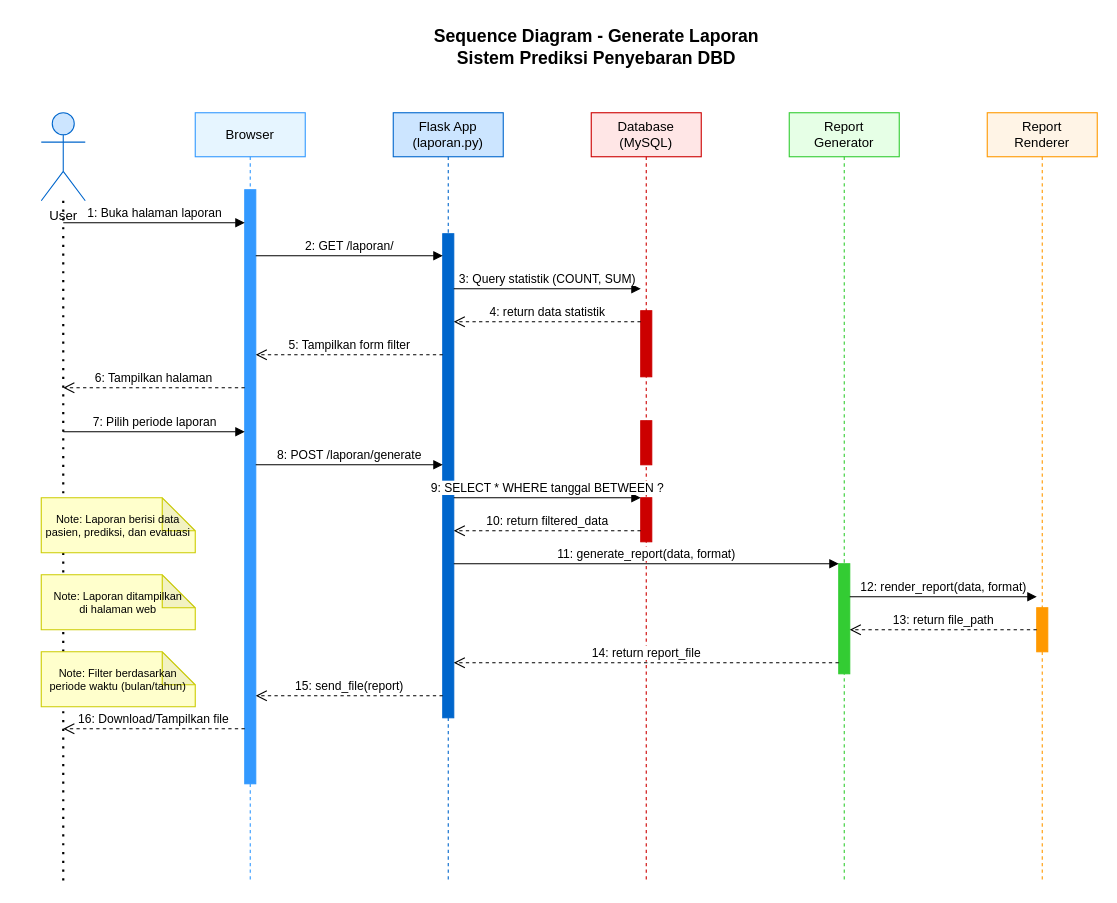
Suwardi87/prediksi-DBD keeps this draw.io diagram as Dokumen/UML/sequence_diagram_laporan.drawio. Above is the earlier version. Source tidied: cells renumbered, new cells numbered last; positions are measured from the earlier drawing's top-left corner, leaving out a move shared by most shapes. Both pictures are drawn from the tidied source at 110%, with x=0, y=0 at pixel (41, 24).
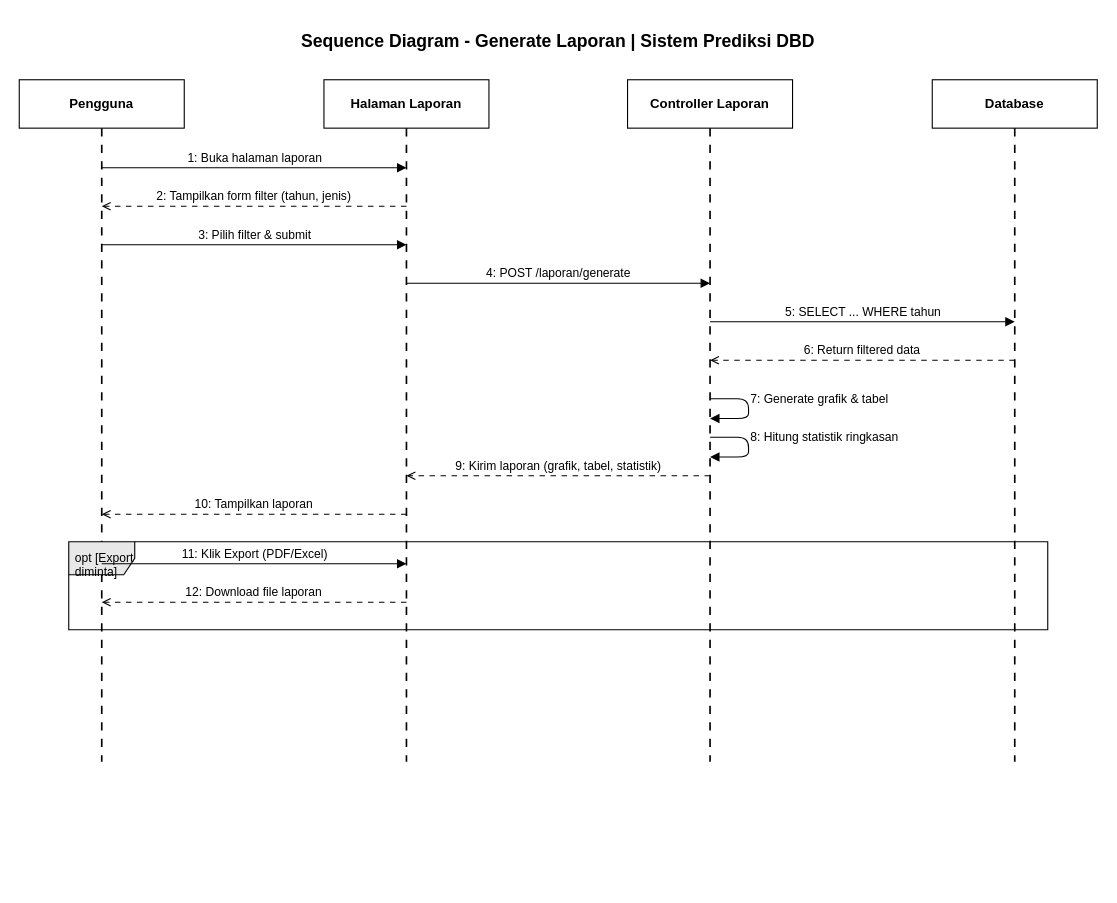
Above is the later version.

Diff of the diagram source:
```diff
@@
-    <mxCell id="2" value="Sequence Diagram - Generate Laporan&#10;Sistem Prediksi Penyebaran DBD" style="text;html=1;strokeColor=none;fillColor=none;align=center;verticalAlign=middle;whiteSpace=wrap;rounded=0;fontSize=16;fontStyle=1;" parent="1" vertex="1">
-      <mxGeometry x="255" width="500" height="40" as="geometry" />
-    </mxCell>
-    <mxCell id="3" value="User" style="shape=umlActor;verticalLabelPosition=bottom;verticalAlign=top;html=1;fillColor=#CCE5FF;strokeColor=#0066CC;" parent="1" vertex="1">
-      <mxGeometry y="80" width="40" height="80" as="geometry" />
-    </mxCell>
-    <mxCell id="4" style="endArrow=none;dashed=1;html=1;dashPattern=1 3;strokeWidth=2;exitX=0.5;exitY=1;exitDx=0;exitDy=0;" parent="1" edge="1" source="3">
-      <mxGeometry relative="1" as="geometry">
-        <mxPoint x="20" y="780" as="targetPoint" />
-      </mxGeometry>
-    </mxCell>
-    <mxCell id="5" value="Browser" style="shape=umlLifeline;perimeter=lifelinePerimeter;whiteSpace=wrap;html=1;fillColor=#E6F5FF;strokeColor=#3399FF;" parent="1" vertex="1">
-      <mxGeometry x="140" y="80" width="100" height="700" as="geometry" />
-    </mxCell>
-    <mxCell id="6" style="html=1;perimeter=orthogonalPerimeter;fillColor=#3399FF;strokeColor=#3399FF;" parent="5" vertex="1">
-      <mxGeometry x="45" y="70" width="10" height="540" as="geometry" />
-    </mxCell>
-    <mxCell id="7" value="Flask App&#10;(laporan.py)" style="shape=umlLifeline;perimeter=lifelinePerimeter;whiteSpace=wrap;html=1;fillColor=#CCE5FF;strokeColor=#0066CC;" parent="1" vertex="1">
-      <mxGeometry x="320" y="80" width="100" height="700" as="geometry" />
-    </mxCell>
-    <mxCell id="8" style="html=1;perimeter=orthogonalPerimeter;fillColor=#0066CC;strokeColor=#0066CC;" parent="7" vertex="1">
-      <mxGeometry x="45" y="110" width="10" height="440" as="geometry" />
-    </mxCell>
-    <mxCell id="9" value="Database&#10;(MySQL)" style="shape=umlLifeline;perimeter=lifelinePerimeter;whiteSpace=wrap;html=1;fillColor=#FFE6E6;strokeColor=#CC0000;" parent="1" vertex="1">
-      <mxGeometry x="500" y="80" width="100" height="700" as="geometry" />
-    </mxCell>
-    <mxCell id="10" style="html=1;perimeter=orthogonalPerimeter;fillColor=#CC0000;strokeColor=#CC0000;" parent="9" vertex="1">
-      <mxGeometry x="45" y="180" width="10" height="60" as="geometry" />
-    </mxCell>
-    <mxCell id="11" style="html=1;perimeter=orthogonalPerimeter;fillColor=#CC0000;strokeColor=#CC0000;" parent="9" vertex="1">
-      <mxGeometry x="45" y="280" width="10" height="40" as="geometry" />
-    </mxCell>
-    <mxCell id="12" style="html=1;perimeter=orthogonalPerimeter;fillColor=#CC0000;strokeColor=#CC0000;" parent="9" vertex="1">
-      <mxGeometry x="45" y="350" width="10" height="40" as="geometry" />
-    </mxCell>
-    <mxCell id="13" value="Report&#10;Generator" style="shape=umlLifeline;perimeter=lifelinePerimeter;whiteSpace=wrap;html=1;fillColor=#E6FFE6;strokeColor=#33CC33;" parent="1" vertex="1">
-      <mxGeometry x="680" y="80" width="100" height="700" as="geometry" />
-    </mxCell>
-    <mxCell id="14" style="html=1;perimeter=orthogonalPerimeter;fillColor=#33CC33;strokeColor=#33CC33;" parent="13" vertex="1">
-      <mxGeometry x="45" y="410" width="10" height="100" as="geometry" />
-    </mxCell>
-    <mxCell id="15" value="Report&#10;Renderer" style="shape=umlLifeline;perimeter=lifelinePerimeter;whiteSpace=wrap;html=1;fillColor=#FFF4E6;strokeColor=#FF9900;" parent="1" vertex="1">
-      <mxGeometry x="860" y="80" width="100" height="700" as="geometry" />
-    </mxCell>
-    <mxCell id="16" style="html=1;perimeter=orthogonalPerimeter;fillColor=#FF9900;strokeColor=#FF9900;" parent="15" vertex="1">
-      <mxGeometry x="45" y="450" width="10" height="40" as="geometry" />
-    </mxCell>
+    <mxCell id="36" value="Sequence Diagram - Generate Laporan | Sistem Prediksi DBD" style="text;html=1;strokeColor=none;fillColor=none;align=center;verticalAlign=middle;whiteSpace=wrap;fontColor=#000000;fontSize=16;fontStyle=1;" parent="1" vertex="1">
+      <mxGeometry x="120" y="-5" width="700" height="40" as="geometry" />
+    </mxCell>
+    <mxCell id="37" value="Pengguna" style="rounded=0;whiteSpace=wrap;html=1;fillColor=#FFFFFF;strokeColor=#000000;fontColor=#000000;fontSize=12;fontStyle=1;" parent="1" vertex="1">
+      <mxGeometry x="-20" y="50" width="150" height="44" as="geometry" />
+    </mxCell>
+    <mxCell id="38" style="endArrow=none;dashed=1;html=1;dashPattern=5 5;strokeColor=#000000;strokeWidth=1.5;" parent="1" edge="1">
+      <mxGeometry relative="1" as="geometry">
+        <mxPoint x="55" y="94" as="sourcePoint" />
+        <mxPoint x="55" y="670" as="targetPoint" />
+      </mxGeometry>
+    </mxCell>
+    <mxCell id="39" value="Halaman Laporan" style="rounded=0;whiteSpace=wrap;html=1;fillColor=#FFFFFF;strokeColor=#000000;fontColor=#000000;fontSize=12;fontStyle=1;" parent="1" vertex="1">
+      <mxGeometry x="257" y="50" width="150" height="44" as="geometry" />
+    </mxCell>
+    <mxCell id="40" style="endArrow=none;dashed=1;html=1;dashPattern=5 5;strokeColor=#000000;strokeWidth=1.5;" parent="1" edge="1">
+      <mxGeometry relative="1" as="geometry">
+        <mxPoint x="332" y="94" as="sourcePoint" />
+        <mxPoint x="332" y="670" as="targetPoint" />
+      </mxGeometry>
+    </mxCell>
+    <mxCell id="41" value="Controller Laporan" style="rounded=0;whiteSpace=wrap;html=1;fillColor=#FFFFFF;strokeColor=#000000;fontColor=#000000;fontSize=12;fontStyle=1;" parent="1" vertex="1">
+      <mxGeometry x="533" y="50" width="150" height="44" as="geometry" />
+    </mxCell>
+    <mxCell id="42" style="endArrow=none;dashed=1;html=1;dashPattern=5 5;strokeColor=#000000;strokeWidth=1.5;" parent="1" edge="1">
+      <mxGeometry relative="1" as="geometry">
+        <mxPoint x="608" y="94" as="sourcePoint" />
+        <mxPoint x="608" y="670" as="targetPoint" />
+      </mxGeometry>
+    </mxCell>
+    <mxCell id="43" value="Database" style="rounded=0;whiteSpace=wrap;html=1;fillColor=#FFFFFF;strokeColor=#000000;fontColor=#000000;fontSize=12;fontStyle=1;" parent="1" vertex="1">
+      <mxGeometry x="810" y="50" width="150" height="44" as="geometry" />
+    </mxCell>
+    <mxCell id="44" style="endArrow=none;dashed=1;html=1;dashPattern=5 5;strokeColor=#000000;strokeWidth=1.5;" parent="1" edge="1">
+      <mxGeometry relative="1" as="geometry">
+        <mxPoint x="885" y="94" as="sourcePoint" />
+        <mxPoint x="885" y="670" as="targetPoint" />
+      </mxGeometry>
+    </mxCell>
+    <mxCell id="45" value="opt  [Export diminta]" style="shape=umlFrame;whiteSpace=wrap;html=1;fillColor=#E8E8E8;strokeColor=#000000;fontColor=#000000;fontSize=11;align=left;verticalAlign=top;spacingLeft=4;spacingTop=2;tabWidth=180;tabHeight=18;" parent="1" vertex="1">
+      <mxGeometry x="25" y="470" width="890" height="80" as="geometry" />
+    </mxCell>
+    <mxCell id="46" value="1: Buka halaman laporan" style="html=1;align=center;verticalAlign=bottom;endArrow=block;strokeColor=#000000;fontColor=#000000;endFill=1;fontSize=11;" parent="1" edge="1">
+      <mxGeometry relative="1" as="geometry">
+        <mxPoint x="55" y="130" as="sourcePoint" />
+        <mxPoint x="332" y="130" as="targetPoint" />
+      </mxGeometry>
+    </mxCell>
-    <mxCell id="17" value="1: Buka halaman laporan" style="html=1;verticalAlign=bottom;endArrow=block;" parent="1" edge="1">
+    <mxCell id="17" value="2: Tampilkan form filter (tahun, jenis)" style="html=1;align=center;verticalAlign=bottom;endArrow=open;dashed=1;dashPattern=5 5;strokeColor=#000000;fontColor=#000000;endFill=0;fontSize=11;" parent="1" edge="1">
       <mxGeometry relative="1" as="geometry">
-        <mxPoint x="20" y="180" as="sourcePoint" />
-        <mxPoint x="185" y="180" as="targetPoint" />
+        <mxPoint x="332" y="165" as="sourcePoint" />
+        <mxPoint x="55" y="165" as="targetPoint" />
       </mxGeometry>
     </mxCell>
-    <mxCell id="18" value="2: GET /laporan/" style="html=1;verticalAlign=bottom;endArrow=block;" parent="1" edge="1">
+    <mxCell id="18" value="3: Pilih filter &amp; submit" style="html=1;align=center;verticalAlign=bottom;endArrow=block;strokeColor=#000000;fontColor=#000000;endFill=1;fontSize=11;" parent="1" edge="1">
       <mxGeometry relative="1" as="geometry">
-        <mxPoint x="195" y="210" as="sourcePoint" />
-        <mxPoint x="365" y="210" as="targetPoint" />
+        <mxPoint x="55" y="200" as="sourcePoint" />
+        <mxPoint x="332" y="200" as="targetPoint" />
       </mxGeometry>
     </mxCell>
-    <mxCell id="19" value="3: Query statistik (COUNT, SUM)" style="html=1;verticalAlign=bottom;endArrow=block;" parent="1" edge="1">
+    <mxCell id="19" value="4: POST /laporan/generate" style="html=1;align=center;verticalAlign=bottom;endArrow=block;strokeColor=#000000;fontColor=#000000;endFill=1;fontSize=11;" parent="1" edge="1">
       <mxGeometry relative="1" as="geometry">
-        <mxPoint x="375" y="240" as="sourcePoint" />
-        <mxPoint x="545" y="240" as="targetPoint" />
+        <mxPoint x="332" y="235" as="sourcePoint" />
+        <mxPoint x="608" y="235" as="targetPoint" />
       </mxGeometry>
     </mxCell>
-    <mxCell id="20" value="4: return data statistik" style="html=1;verticalAlign=bottom;endArrow=open;dashed=1;endSize=8;" parent="1" edge="1">
+    <mxCell id="20" value="5: SELECT ... WHERE tahun" style="html=1;align=center;verticalAlign=bottom;endArrow=block;strokeColor=#000000;fontColor=#000000;endFill=1;fontSize=11;" parent="1" edge="1">
       <mxGeometry relative="1" as="geometry">
-        <mxPoint x="545" y="270" as="sourcePoint" />
-        <mxPoint x="375" y="270" as="targetPoint" />
+        <mxPoint x="608" y="270" as="sourcePoint" />
+        <mxPoint x="885" y="270" as="targetPoint" />
       </mxGeometry>
     </mxCell>
-    <mxCell id="21" value="5: Tampilkan form filter" style="html=1;verticalAlign=bottom;endArrow=open;dashed=1;endSize=8;" parent="1" edge="1">
+    <mxCell id="21" value="6: Return filtered data" style="html=1;align=center;verticalAlign=bottom;endArrow=open;dashed=1;dashPattern=5 5;strokeColor=#000000;fontColor=#000000;endFill=0;fontSize=11;" parent="1" edge="1">
       <mxGeometry relative="1" as="geometry">
-        <mxPoint x="365" y="300" as="sourcePoint" />
-        <mxPoint x="195" y="300" as="targetPoint" />
+        <mxPoint x="885" y="305" as="sourcePoint" />
+        <mxPoint x="608" y="305" as="targetPoint" />
       </mxGeometry>
     </mxCell>
-    <mxCell id="22" value="6: Tampilkan halaman" style="html=1;verticalAlign=bottom;endArrow=open;dashed=1;endSize=8;" parent="1" edge="1">
+    <mxCell id="22" value="7: Generate grafik &amp; tabel" style="html=1;align=left;verticalAlign=bottom;endArrow=block;strokeColor=#000000;fontColor=#000000;endFill=1;fontSize=11;" parent="1" edge="1">
       <mxGeometry relative="1" as="geometry">
-        <mxPoint x="185" y="330" as="sourcePoint" />
-        <mxPoint x="20" y="330" as="targetPoint" />
+        <mxPoint x="608" y="340" as="sourcePoint" />
+        <mxPoint x="608" y="358" as="targetPoint" />
+        <Array as="points">
+          <mxPoint x="643" y="340" />
+          <mxPoint x="643" y="358" />
+        </Array>
       </mxGeometry>
     </mxCell>
-    <mxCell id="23" value="7: Pilih periode laporan" style="html=1;verticalAlign=bottom;endArrow=block;" parent="1" edge="1">
+    <mxCell id="23" value="8: Hitung statistik ringkasan" style="html=1;align=left;verticalAlign=bottom;endArrow=block;strokeColor=#000000;fontColor=#000000;endFill=1;fontSize=11;" parent="1" edge="1">
       <mxGeometry relative="1" as="geometry">
-        <mxPoint x="20" y="370" as="sourcePoint" />
-        <mxPoint x="185" y="370" as="targetPoint" />
+        <mxPoint x="608" y="375" as="sourcePoint" />
+        <mxPoint x="608" y="393" as="targetPoint" />
+        <Array as="points">
+          <mxPoint x="643" y="375" />
+          <mxPoint x="643" y="393" />
+        </Array>
       </mxGeometry>
     </mxCell>
-    <mxCell id="24" value="8: POST /laporan/generate" style="html=1;verticalAlign=bottom;endArrow=block;" parent="1" edge="1">
+    <mxCell id="24" value="9: Kirim laporan (grafik, tabel, statistik)" style="html=1;align=center;verticalAlign=bottom;endArrow=open;dashed=1;dashPattern=5 5;strokeColor=#000000;fontColor=#000000;endFill=0;fontSize=11;" parent="1" edge="1">
       <mxGeometry relative="1" as="geometry">
-        <mxPoint x="195" y="400" as="sourcePoint" />
-        <mxPoint x="365" y="400" as="targetPoint" />
+        <mxPoint x="608" y="410" as="sourcePoint" />
+        <mxPoint x="332" y="410" as="targetPoint" />
       </mxGeometry>
     </mxCell>
-    <mxCell id="25" value="9: SELECT * WHERE tanggal BETWEEN ?" style="html=1;verticalAlign=bottom;endArrow=block;" parent="1" edge="1">
+    <mxCell id="25" value="10: Tampilkan laporan" style="html=1;align=center;verticalAlign=bottom;endArrow=open;dashed=1;dashPattern=5 5;strokeColor=#000000;fontColor=#000000;endFill=0;fontSize=11;" parent="1" edge="1">
       <mxGeometry relative="1" as="geometry">
-        <mxPoint x="375" y="430" as="sourcePoint" />
-        <mxPoint x="545" y="430" as="targetPoint" />
+        <mxPoint x="332" y="445" as="sourcePoint" />
+        <mxPoint x="55" y="445" as="targetPoint" />
       </mxGeometry>
     </mxCell>
-    <mxCell id="26" value="10: return filtered_data" style="html=1;verticalAlign=bottom;endArrow=open;dashed=1;endSize=8;" parent="1" edge="1">
+    <mxCell id="26" value="11: Klik Export (PDF/Excel)" style="html=1;align=center;verticalAlign=bottom;endArrow=block;strokeColor=#000000;fontColor=#000000;endFill=1;fontSize=11;" parent="1" edge="1">
       <mxGeometry relative="1" as="geometry">
-        <mxPoint x="545" y="460" as="sourcePoint" />
-        <mxPoint x="375" y="460" as="targetPoint" />
+        <mxPoint x="55" y="490" as="sourcePoint" />
+        <mxPoint x="332" y="490" as="targetPoint" />
       </mxGeometry>
     </mxCell>
-    <mxCell id="27" value="11: generate_report(data, format)" style="html=1;verticalAlign=bottom;endArrow=block;" parent="1" edge="1">
+    <mxCell id="27" value="12: Download file laporan" style="html=1;align=center;verticalAlign=bottom;endArrow=open;dashed=1;dashPattern=5 5;strokeColor=#000000;fontColor=#000000;endFill=0;fontSize=11;" parent="1" edge="1">
       <mxGeometry relative="1" as="geometry">
-        <mxPoint x="375" y="490" as="sourcePoint" />
-        <mxPoint x="725" y="490" as="targetPoint" />
+        <mxPoint x="332" y="525" as="sourcePoint" />
+        <mxPoint x="55" y="525" as="targetPoint" />
       </mxGeometry>
     </mxCell>
-    <mxCell id="28" value="12: render_report(data, format)" style="html=1;verticalAlign=bottom;endArrow=block;" parent="1" edge="1">
-      <mxGeometry relative="1" as="geometry">
-        <mxPoint x="735" y="520" as="sourcePoint" />
-        <mxPoint x="905" y="520" as="targetPoint" />
-      </mxGeometry>
-    </mxCell>
-    <mxCell id="29" value="13: return file_path" style="html=1;verticalAlign=bottom;endArrow=open;dashed=1;endSize=8;" parent="1" edge="1">
-      <mxGeometry relative="1" as="geometry">
-        <mxPoint x="905" y="550" as="sourcePoint" />
-        <mxPoint x="735" y="550" as="targetPoint" />
-      </mxGeometry>
-    </mxCell>
-    <mxCell id="30" value="14: return report_file" style="html=1;verticalAlign=bottom;endArrow=open;dashed=1;endSize=8;" parent="1" edge="1">
-      <mxGeometry relative="1" as="geometry">
-        <mxPoint x="725" y="580" as="sourcePoint" />
-        <mxPoint x="375" y="580" as="targetPoint" />
-      </mxGeometry>
-    </mxCell>
-    <mxCell id="31" value="15: send_file(report)" style="html=1;verticalAlign=bottom;endArrow=open;dashed=1;endSize=8;" parent="1" edge="1">
-      <mxGeometry relative="1" as="geometry">
-        <mxPoint x="365" y="610" as="sourcePoint" />
-        <mxPoint x="195" y="610" as="targetPoint" />
-      </mxGeometry>
-    </mxCell>
-    <mxCell id="32" value="16: Download/Tampilkan file" style="html=1;verticalAlign=bottom;endArrow=open;dashed=1;endSize=8;" parent="1" edge="1">
-      <mxGeometry relative="1" as="geometry">
-        <mxPoint x="185" y="640" as="sourcePoint" />
-        <mxPoint x="20" y="640" as="targetPoint" />
-      </mxGeometry>
-    </mxCell>
-    <mxCell id="33" value="Note: Laporan berisi data&#10;pasien, prediksi, dan evaluasi" style="shape=note;whiteSpace=wrap;html=1;backgroundOutline=1;darkOpacity=0.05;fillColor=#FFFFCC;strokeColor=#CCCC00;fontSize=10;" parent="1" vertex="1">
-      <mxGeometry y="430" width="140" height="50" as="geometry" />
-    </mxCell>
-    <mxCell id="34" value="Note: Laporan ditampilkan&#10;di halaman web" style="shape=note;whiteSpace=wrap;html=1;backgroundOutline=1;darkOpacity=0.05;fillColor=#FFFFCC;strokeColor=#CCCC00;fontSize=10;" parent="1" vertex="1">
-      <mxGeometry y="500" width="140" height="50" as="geometry" />
-    </mxCell>
-    <mxCell id="35" value="Note: Filter berdasarkan&#10;periode waktu (bulan/tahun)" style="shape=note;whiteSpace=wrap;html=1;backgroundOutline=1;darkOpacity=0.05;fillColor=#FFFFCC;strokeColor=#CCCC00;fontSize=10;" parent="1" vertex="1">
-      <mxGeometry y="570" width="140" height="50" as="geometry" />
-    </mxCell>
```
